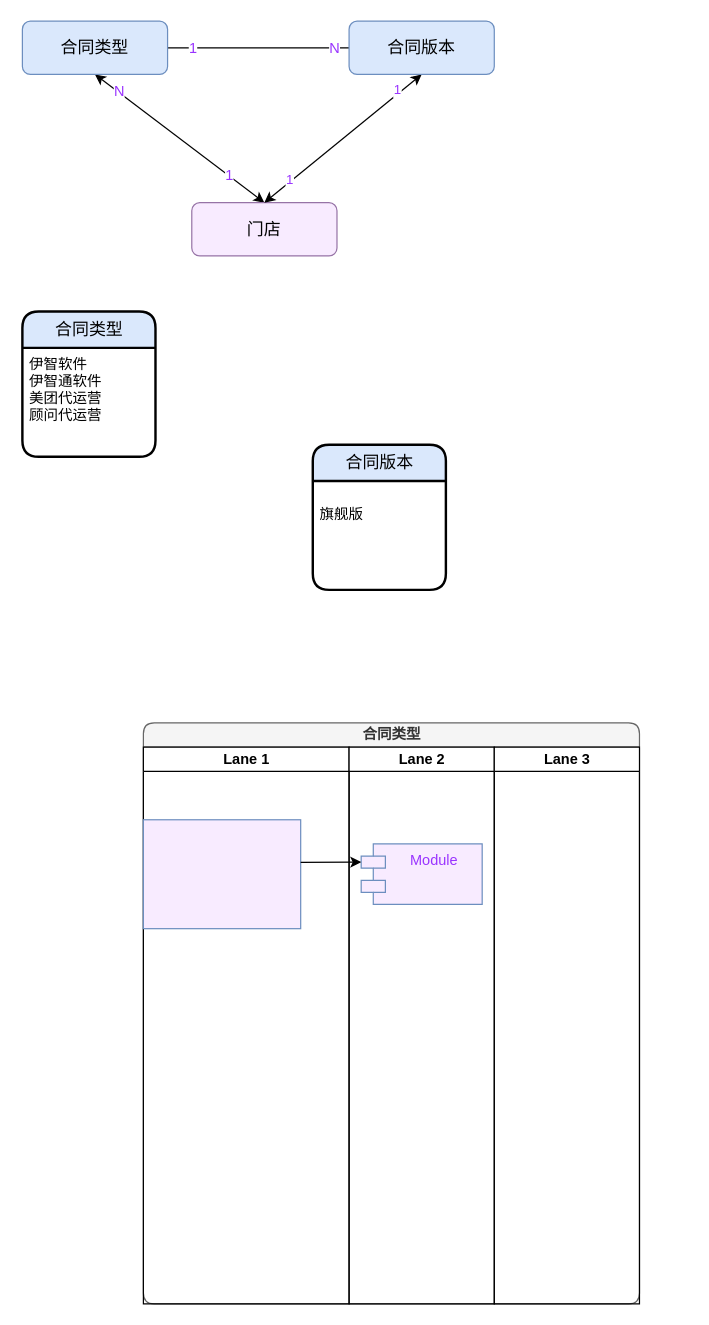
yangbe/diagrams keeps this draw.io diagram as page "门店 - 合同关系" (2 of 3) of YZOA.drawio. Above is the earlier version. Source tidied: cells renumbered, new cells numbered last; positions are measured from the earlier drawing's top-left corner, leaving out a move shared by most shapes. Both pictures are drawn from the tidied source at 121%, with x=0, y=0 at pixel (22, 21).
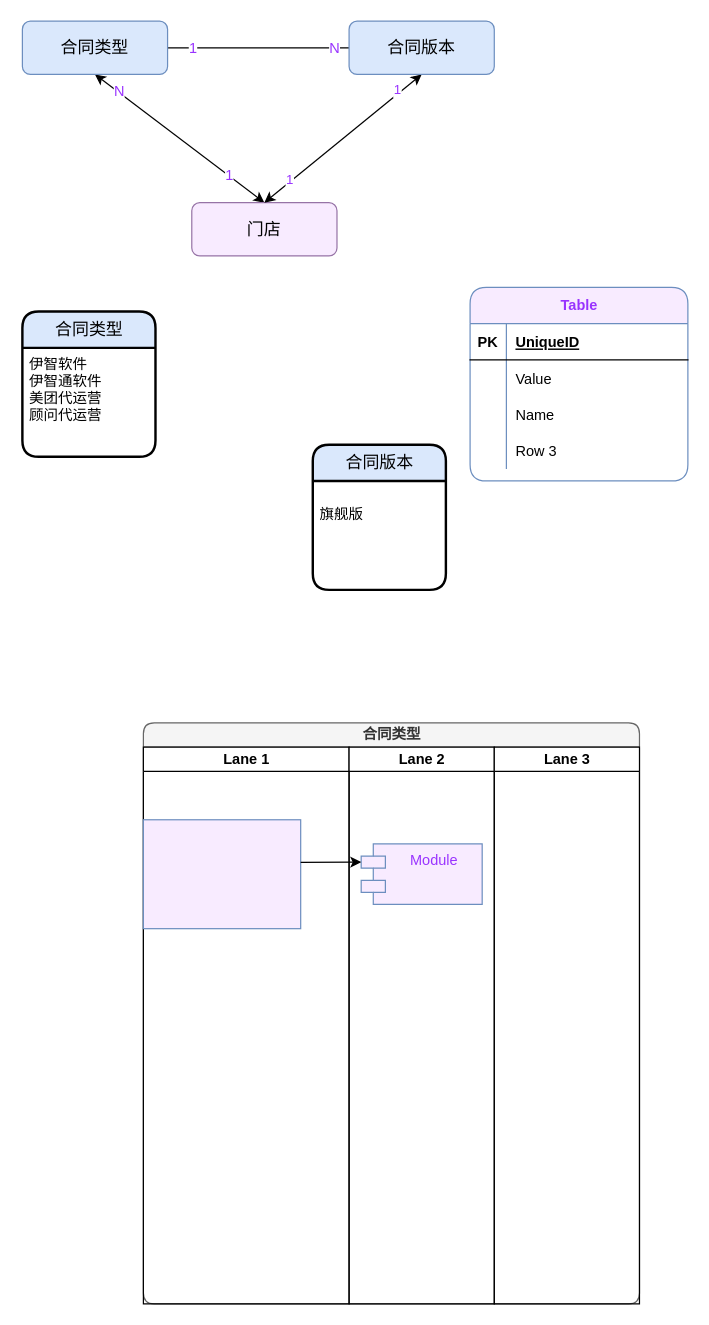
Above is the later version.

The edit, as a diff of the source:
```diff
@@
+    <mxCell id="26" value="Table" style="shape=table;startSize=30;childLayout=tableLayout;rowLines=0;fontStyle=1;align=center;rounded=1;shadow=0;glass=0;strokeColor=#6c8ebf;strokeWidth=1;fillColor=#F8EBFF;fontSize=12;fontColor=#9933FF;html=1;" parent="1" vertex="1">
+      <mxGeometry x="370" y="220" width="180" height="160" as="geometry" />
+    </mxCell>
+    <mxCell id="27" style="shape=partialRectangle;fillColor=none;top=0;left=0;bottom=1;right=0;" parent="26" vertex="1">
+      <mxGeometry y="30" width="180" height="30" as="geometry" />
+    </mxCell>
+    <mxCell id="28" value="PK" style="shape=partialRectangle;fillColor=none;top=0;left=0;bottom=0;right=0;fontStyle=1;overflow=hidden;" parent="27" vertex="1">
+      <mxGeometry width="30" height="30" as="geometry" />
+    </mxCell>
+    <mxCell id="29" value="UniqueID" style="shape=partialRectangle;fillColor=none;top=0;left=0;bottom=0;right=0;align=left;spacingLeft=6;fontStyle=5;overflow=hidden;" parent="27" vertex="1">
+      <mxGeometry x="30" width="150" height="30" as="geometry" />
+    </mxCell>
+    <mxCell id="30" style="shape=partialRectangle;fillColor=none;top=0;left=0;bottom=0;right=0;" parent="26" vertex="1">
+      <mxGeometry y="60" width="180" height="30" as="geometry" />
+    </mxCell>
+    <mxCell id="31" style="shape=partialRectangle;fillColor=none;top=0;left=0;bottom=0;right=0;overflow=hidden;" parent="30" vertex="1">
+      <mxGeometry width="30" height="30" as="geometry" />
+    </mxCell>
+    <mxCell id="32" value="Value" style="shape=partialRectangle;fillColor=none;top=0;left=0;bottom=0;right=0;align=left;spacingLeft=6;overflow=hidden;" parent="30" vertex="1">
+      <mxGeometry x="30" width="150" height="30" as="geometry" />
+    </mxCell>
+    <mxCell id="33" style="shape=partialRectangle;fillColor=none;top=0;left=0;bottom=0;right=0;" parent="26" vertex="1">
+      <mxGeometry y="90" width="180" height="30" as="geometry" />
+    </mxCell>
+    <mxCell id="34" style="shape=partialRectangle;fillColor=none;top=0;left=0;bottom=0;right=0;overflow=hidden;" parent="33" vertex="1">
+      <mxGeometry width="30" height="30" as="geometry" />
+    </mxCell>
+    <mxCell id="35" value="Name" style="shape=partialRectangle;fillColor=none;top=0;left=0;bottom=0;right=0;align=left;spacingLeft=6;overflow=hidden;" parent="33" vertex="1">
+      <mxGeometry x="30" width="150" height="30" as="geometry" />
+    </mxCell>
+    <mxCell id="36" style="shape=partialRectangle;fillColor=none;top=0;left=0;bottom=0;right=0;" parent="26" vertex="1">
+      <mxGeometry y="120" width="180" height="30" as="geometry" />
+    </mxCell>
+    <mxCell id="37" style="shape=partialRectangle;fillColor=none;top=0;left=0;bottom=0;right=0;overflow=hidden;" parent="36" vertex="1">
+      <mxGeometry width="30" height="30" as="geometry" />
+    </mxCell>
+    <mxCell id="38" value="Row 3" style="shape=partialRectangle;fillColor=none;top=0;left=0;bottom=0;right=0;align=left;spacingLeft=6;overflow=hidden;" parent="36" vertex="1">
+      <mxGeometry x="30" width="150" height="30" as="geometry" />
+    </mxCell>
```
